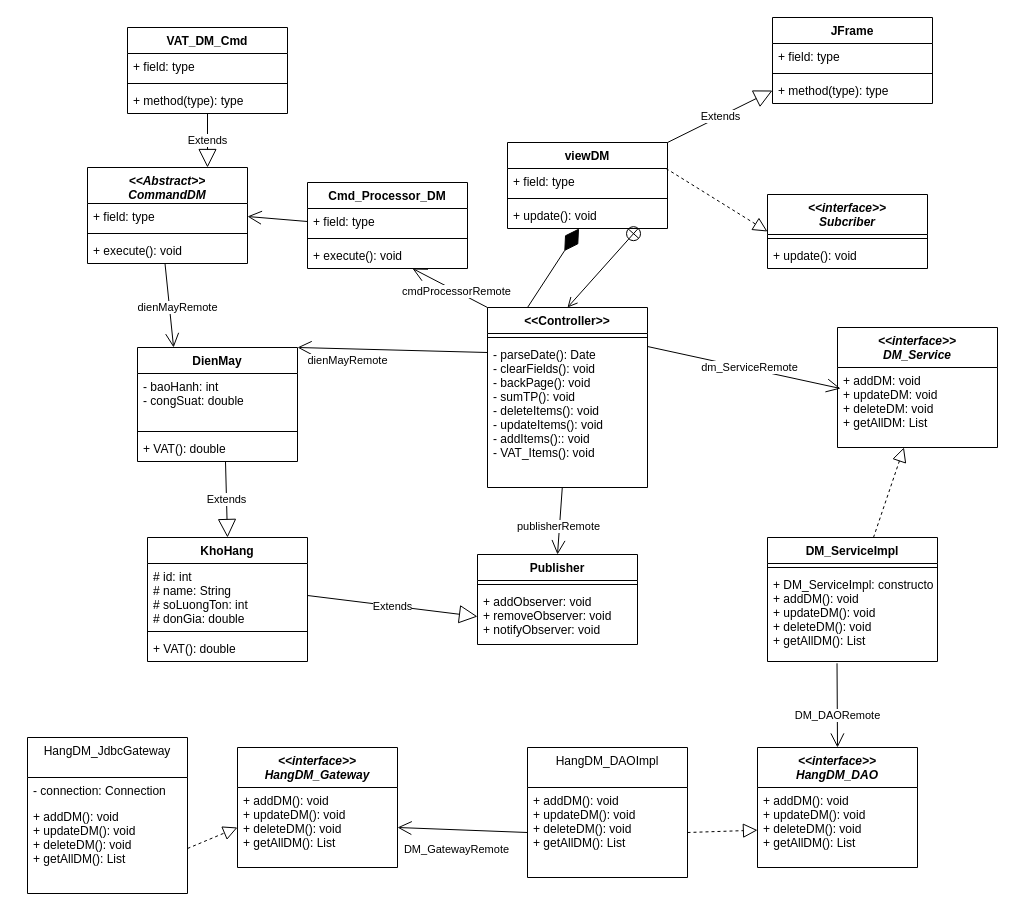
Earlier version of the draw.io diagram page "DienMay" (3 of 11) of Diagrams.drawio (TMChi3n/DesignPattern). Source tidied: cells renumbered, new cells numbered last; positions are measured from the earlier drawing's top-left corner, leaving out a move shared by most shapes. Both pictures are drawn from the tidied source at 100%, with x=0, y=0 at pixel (27, 17).
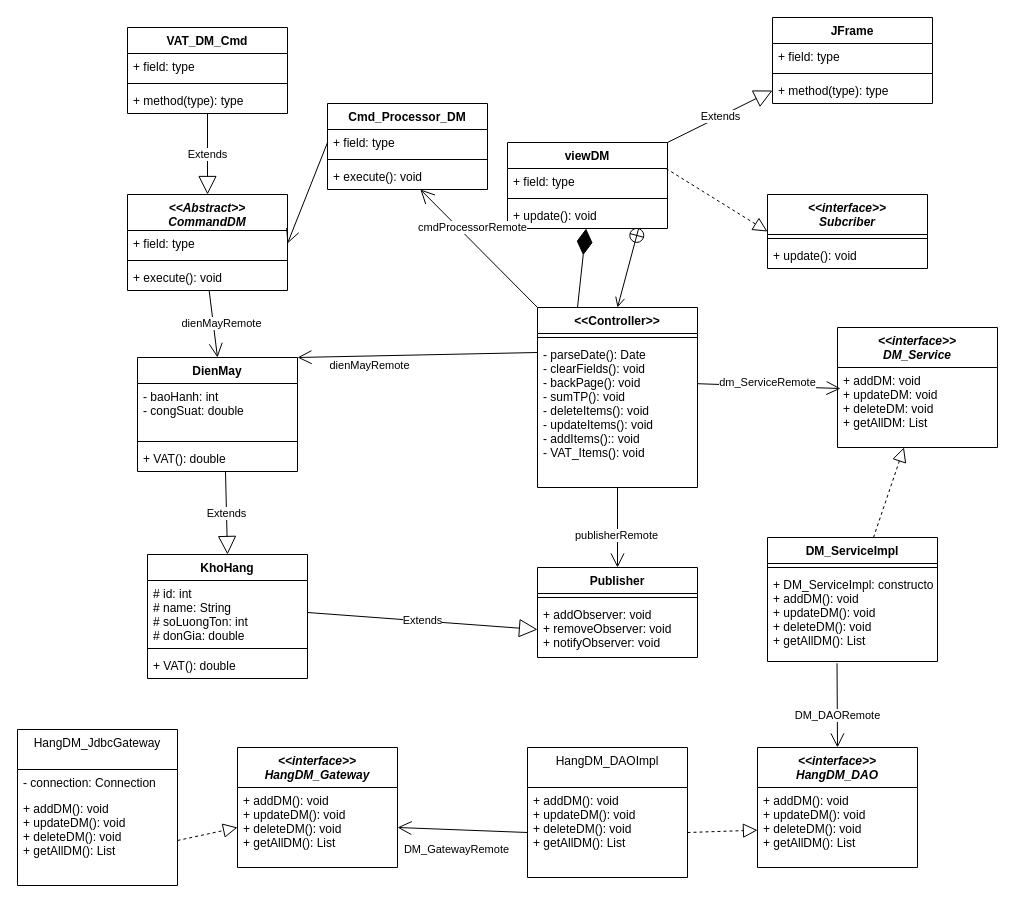
The same diagram, later.

Unchanged cells that the change refers to:
```xml
<mxCell id="16" value="+ addDM: void&#10;+ updateDM: void&#10;+ deleteDM: void&#10;+ getAllDM: List" style="text;strokeColor=none;fillColor=none;align=left;verticalAlign=top;spacingLeft=4;spacingRight=4;overflow=hidden;points=[[0,0.5],[1,0.5]];portConstraint=eastwest;" parent="15" vertex="1">
  <mxGeometry y="40" width="160" height="80" as="geometry" />
</mxCell>
<mxCell id="41" value="- parseDate(): Date&#10;- clearFields(): void&#10;- backPage(): void&#10;- sumTP(): void&#10;- deleteItems(): void&#10;- updateItems(): void&#10;- addItems():: void&#10;- VAT_Items(): void&#10;" style="text;strokeColor=none;fillColor=none;align=left;verticalAlign=top;spacingLeft=4;spacingRight=4;overflow=hidden;points=[[0,0.5],[1,0.5]];portConstraint=eastwest;" parent="39" vertex="1">
  <mxGeometry y="34" width="160" height="146" as="geometry" />
</mxCell>
<mxCell id="66" value="+ execute(): void" style="text;strokeColor=none;fillColor=none;align=left;verticalAlign=top;spacingLeft=4;spacingRight=4;overflow=hidden;points=[[0,0.5],[1,0.5]];portConstraint=eastwest;whiteSpace=wrap;html=1;" parent="63" vertex="1">
  <mxGeometry y="70" width="160" height="26" as="geometry" />
</mxCell>
<mxCell id="70" value="+ method(type): type" style="text;strokeColor=none;fillColor=none;align=left;verticalAlign=top;spacingLeft=4;spacingRight=4;overflow=hidden;points=[[0,0.5],[1,0.5]];portConstraint=eastwest;whiteSpace=wrap;html=1;" parent="67" vertex="1">
  <mxGeometry y="60" width="160" height="26" as="geometry" />
</mxCell>
```

Change to the diagram source:
```diff
@@
     <mxCell id="9" value="HangDM_JdbcGateway" style="swimlane;fontStyle=0;align=center;verticalAlign=top;horizontal=1;startSize=40;" parent="1" vertex="1">
-      <mxGeometry y="720" width="160" height="156" as="geometry" />
+      <mxGeometry x="-10" y="712" width="160" height="156" as="geometry" />
     </mxCell>
@@
     <mxCell id="23" value="DienMay" style="swimlane;fontStyle=1;align=center;verticalAlign=top;horizontal=1;startSize=26;" parent="1" vertex="1">
-      <mxGeometry x="110" y="330" width="160" height="114" as="geometry" />
+      <mxGeometry x="110" y="340" width="160" height="114" as="geometry" />
     </mxCell>
@@
     <mxCell id="27" value="KhoHang" style="swimlane;fontStyle=1;align=center;verticalAlign=top;horizontal=1;startSize=26;" parent="1" vertex="1">
-      <mxGeometry x="120" y="520" width="160" height="124" as="geometry" />
+      <mxGeometry x="120" y="537" width="160" height="124" as="geometry" />
     </mxCell>
@@
     <mxCell id="32" value="Publisher" style="swimlane;fontStyle=1;align=center;verticalAlign=top;horizontal=1;startSize=26;" parent="1" vertex="1">
-      <mxGeometry x="450" y="537" width="160" height="90" as="geometry" />
+      <mxGeometry x="510" y="550" width="160" height="90" as="geometry" />
     </mxCell>
@@
     <mxCell id="39" value="&lt;&lt;Controller&gt;&gt;" style="swimlane;fontStyle=1;align=center;verticalAlign=top;horizontal=1;startSize=26;" parent="1" vertex="1">
-      <mxGeometry x="460" y="290" width="160" height="180" as="geometry" />
+      <mxGeometry x="510" y="290" width="160" height="180" as="geometry" />
     </mxCell>
@@
-    <mxCell id="49" style="endArrow=open;endFill=1;endSize=12;html=1;exitX=1;exitY=0.5;exitDx=0;exitDy=0;entryX=0.019;entryY=0.263;entryDx=0;entryDy=0;entryPerimeter=0;" parent="1" edge="1" target="16">
-      <mxGeometry relative="1" as="geometry">
-        <mxPoint x="620" y="329" as="sourcePoint" />
-      </mxGeometry>
+    <mxCell id="49" style="endArrow=open;endFill=1;endSize=12;html=1;exitX=0.998;exitY=0.289;exitDx=0;exitDy=0;entryX=0.019;entryY=0.263;entryDx=0;entryDy=0;entryPerimeter=0;exitPerimeter=0;" parent="1" edge="1" source="41" target="16">
+      <mxGeometry relative="1" as="geometry" />
     </mxCell>
@@
     <mxCell id="59" value="Cmd_Processor_DM" style="swimlane;fontStyle=1;align=center;verticalAlign=top;horizontal=1;startSize=26;whiteSpace=wrap;html=1;" parent="1" vertex="1">
-      <mxGeometry x="280" y="165" width="160" height="86" as="geometry" />
+      <mxGeometry x="300" y="86" width="160" height="86" as="geometry" />
     </mxCell>
@@
     <mxCell id="63" value="&lt;i style=&quot;&quot;&gt;&amp;lt;&amp;lt;Abstract&amp;gt;&amp;gt;&lt;br&gt;CommandDM&lt;/i&gt;" style="swimlane;fontStyle=1;align=center;verticalAlign=top;horizontal=1;startSize=36;whiteSpace=wrap;html=1;" parent="1" vertex="1">
-      <mxGeometry x="60" y="150" width="160" height="96" as="geometry" />
+      <mxGeometry x="100" y="177" width="160" height="96" as="geometry" />
     </mxCell>
@@
-    <mxCell id="72" style="endArrow=open;endFill=1;endSize=12;html=1;entryX=0.25;entryY=0;entryDx=0;entryDy=0;" parent="1" edge="1">
-      <mxGeometry relative="1" as="geometry">
-        <mxPoint x="137.5" y="246" as="sourcePoint" />
-        <mxPoint x="146.1" y="330" as="targetPoint" />
-      </mxGeometry>
+    <mxCell id="72" style="endArrow=open;endFill=1;endSize=12;html=1;entryX=0.5;entryY=0;entryDx=0;entryDy=0;exitX=0.51;exitY=0.985;exitDx=0;exitDy=0;exitPerimeter=0;" parent="1" edge="1" source="66" target="23">
+      <mxGeometry relative="1" as="geometry" />
     </mxCell>
@@
-    <mxCell id="74" value="Extends" style="endArrow=block;endSize=16;endFill=0;html=1;entryX=0.75;entryY=0;entryDx=0;entryDy=0;" parent="1" edge="1" source="70" target="63">
+    <mxCell id="74" value="Extends" style="endArrow=block;endSize=16;endFill=0;html=1;entryX=0.5;entryY=0;entryDx=0;entryDy=0;" parent="1" edge="1" source="70" target="63">
       <mxGeometry relative="1" as="geometry" />
     </mxCell>
```
